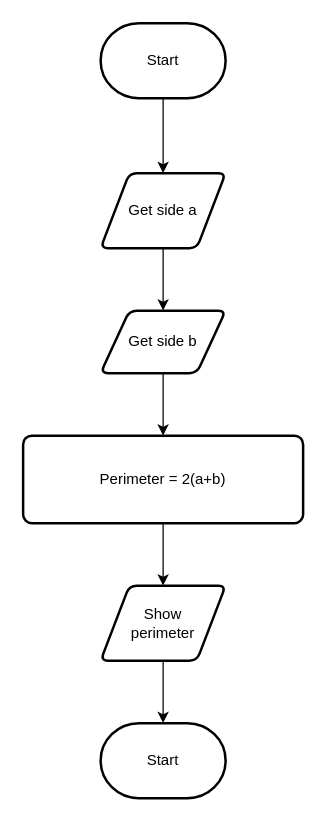
The draw.io diagram flowchart.drawio in Huzaifa-Khalid-2/ICS3U-Assignment-2-Python, before the edit. Source tidied: cells renumbered, new cells numbered last; positions are measured from the earlier drawing's top-left corner, leaving out a move shared by most shapes. Both pictures are drawn from the tidied source at 125%, with x=0, y=0 at pixel (22, 22).
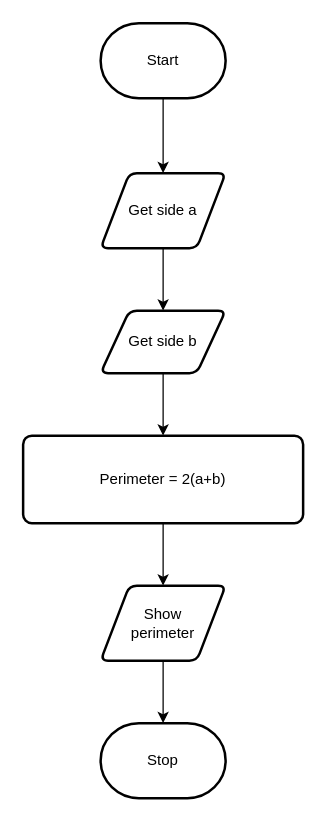
After the change.

What changed in the source:
```diff
@@
 <mxGraphModel>
   <root>
     <mxCell id="0" />
     <mxCell id="1" parent="0" />
     <mxCell id="2" style="edgeStyle=none;html=1;" parent="1" edge="1" source="3" target="5">
       <mxGeometry relative="1" as="geometry" />
     </mxCell>
     <mxCell id="3" value="Start" style="strokeWidth=2;html=1;shape=mxgraph.flowchart.terminator;whiteSpace=wrap;" parent="1" vertex="1">
       <mxGeometry x="62" width="100" height="60" as="geometry" />
     </mxCell>
     <mxCell id="4" style="edgeStyle=none;html=1;" parent="1" edge="1" source="5">
       <mxGeometry relative="1" as="geometry">
         <mxPoint x="112" y="230" as="targetPoint" />
       </mxGeometry>
     </mxCell>
     <mxCell id="5" value="Get side a" style="shape=parallelogram;html=1;strokeWidth=2;perimeter=parallelogramPerimeter;whiteSpace=wrap;rounded=1;arcSize=12;size=0.23;" parent="1" vertex="1">
       <mxGeometry x="62" y="120" width="100" height="60" as="geometry" />
     </mxCell>
     <mxCell id="6" style="edgeStyle=none;html=1;" parent="1" edge="1" source="7" target="9">
       <mxGeometry relative="1" as="geometry" />
     </mxCell>
     <mxCell id="7" value="Perimeter = 2(a+b)" style="rounded=1;whiteSpace=wrap;html=1;absoluteArcSize=1;arcSize=14;strokeWidth=2;" parent="1" vertex="1">
       <mxGeometry y="330" width="224" height="70" as="geometry" />
     </mxCell>
     <mxCell id="8" style="edgeStyle=none;html=1;" parent="1" edge="1" source="9" target="10">
       <mxGeometry relative="1" as="geometry" />
     </mxCell>
     <mxCell id="9" value="Show &lt;br&gt;perimeter" style="shape=parallelogram;html=1;strokeWidth=2;perimeter=parallelogramPerimeter;whiteSpace=wrap;rounded=1;arcSize=12;size=0.23;" parent="1" vertex="1">
       <mxGeometry x="62" y="450" width="100" height="60" as="geometry" />
     </mxCell>
-    <mxCell id="10" value="Start" style="strokeWidth=2;html=1;shape=mxgraph.flowchart.terminator;whiteSpace=wrap;" parent="1" vertex="1">
+    <mxCell id="10" value="Stop" style="strokeWidth=2;html=1;shape=mxgraph.flowchart.terminator;whiteSpace=wrap;" parent="1" vertex="1">
       <mxGeometry x="62" y="560" width="100" height="60" as="geometry" />
     </mxCell>
     <mxCell id="11" style="edgeStyle=none;html=1;" parent="1" edge="1" source="12" target="7">
       <mxGeometry relative="1" as="geometry" />
     </mxCell>
     <mxCell id="12" value="Get side b" style="shape=parallelogram;html=1;strokeWidth=2;perimeter=parallelogramPerimeter;whiteSpace=wrap;rounded=1;arcSize=12;size=0.23;" parent="1" vertex="1">
       <mxGeometry x="62" y="230" width="100" height="50" as="geometry" />
     </mxCell>
   </root>
 </mxGraphModel>
```
